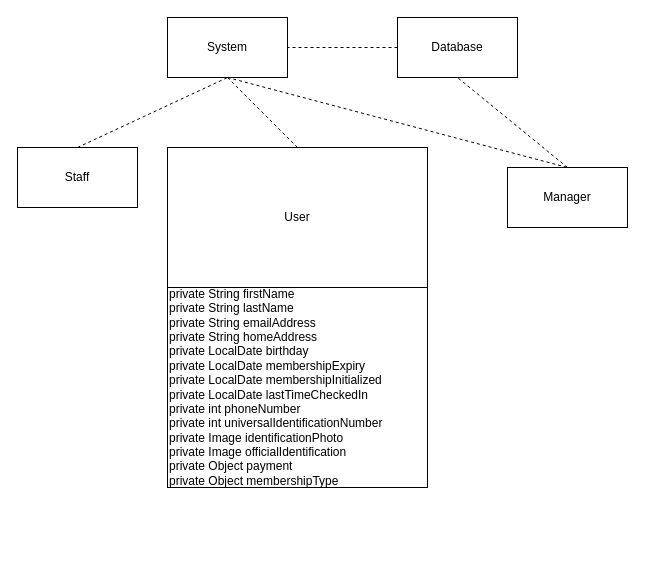
This is UMLDiagram.drawio from EricSpencer00/COMP330Group5, a draw.io file, before an edit. Source tidied: cells renumbered, new cells numbered last; positions are measured from the earlier drawing's top-left corner, leaving out a move shared by most shapes. Both pictures are drawn from the tidied source at 100%, with x=0, y=0 at pixel (17, 17).
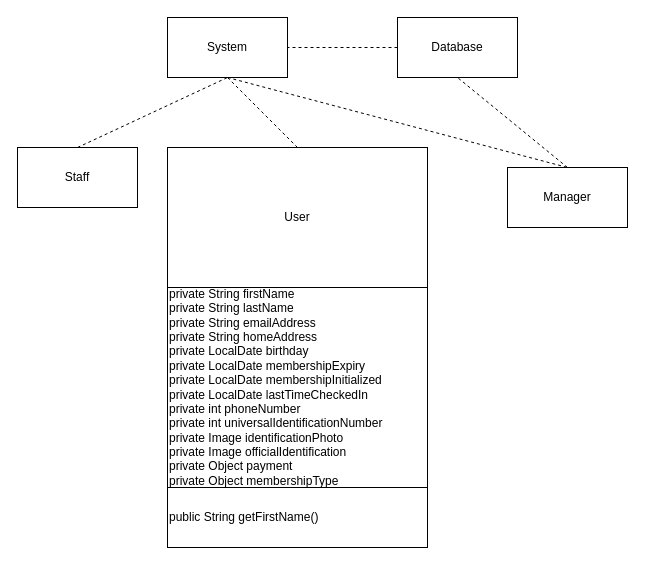
The same page after the edit.

Commit message:
start getters and setters

The edit, as a diff of the source:
```diff
@@
 <mxGraphModel>
   <root>
     <mxCell id="0" />
     <mxCell id="1" parent="0" />
     <mxCell id="2" value="System" style="rounded=0;whiteSpace=wrap;html=1;" parent="1" vertex="1">
       <mxGeometry x="150" width="120" height="60" as="geometry" />
     </mxCell>
     <mxCell id="3" value="Database" style="rounded=0;whiteSpace=wrap;html=1;" parent="1" vertex="1">
       <mxGeometry x="380" width="120" height="60" as="geometry" />
     </mxCell>
     <mxCell id="4" value="User" style="rounded=0;whiteSpace=wrap;html=1;" parent="1" vertex="1">
       <mxGeometry x="150" y="130" width="260" height="140" as="geometry" />
     </mxCell>
     <mxCell id="5" style="endArrow=none;dashed=1;html=1;rounded=0;entryX=0.5;entryY=1;entryDx=0;entryDy=0;exitX=0.5;exitY=0;exitDx=0;exitDy=0;" parent="1" edge="1" source="4" target="2">
       <mxGeometry relative="1" as="geometry" />
     </mxCell>
     <mxCell id="6" value="Manager" style="rounded=0;whiteSpace=wrap;html=1;" parent="1" vertex="1">
       <mxGeometry x="490" y="150" width="120" height="60" as="geometry" />
     </mxCell>
     <mxCell id="7" value="Staff" style="rounded=0;whiteSpace=wrap;html=1;" parent="1" vertex="1">
       <mxGeometry y="130" width="120" height="60" as="geometry" />
     </mxCell>
     <mxCell id="8" style="endArrow=none;dashed=1;html=1;rounded=0;exitX=0.5;exitY=0;exitDx=0;exitDy=0;entryX=0.5;entryY=1;entryDx=0;entryDy=0;" parent="1" edge="1" source="7" target="2">
       <mxGeometry relative="1" as="geometry" />
     </mxCell>
     <mxCell id="9" style="endArrow=none;dashed=1;html=1;rounded=0;entryX=0.5;entryY=0;entryDx=0;entryDy=0;exitX=0.5;exitY=1;exitDx=0;exitDy=0;" parent="1" edge="1" source="2" target="6">
       <mxGeometry relative="1" as="geometry" />
     </mxCell>
     <mxCell id="10" style="endArrow=none;dashed=1;html=1;rounded=0;entryX=1;entryY=0.5;entryDx=0;entryDy=0;exitX=0;exitY=0.5;exitDx=0;exitDy=0;" parent="1" edge="1" source="3" target="2">
       <mxGeometry relative="1" as="geometry" />
     </mxCell>
     <mxCell id="11" style="endArrow=none;dashed=1;html=1;rounded=0;exitX=0.5;exitY=0;exitDx=0;exitDy=0;entryX=0.5;entryY=1;entryDx=0;entryDy=0;" parent="1" edge="1" source="6" target="3">
       <mxGeometry relative="1" as="geometry" />
     </mxCell>
     <mxCell id="12" value="private String firstName&lt;div&gt;private String lastName&lt;/div&gt;&lt;div&gt;private String emailAddress&lt;/div&gt;&lt;div&gt;private String homeAddress&lt;/div&gt;&lt;div&gt;private LocalDate birthday&lt;/div&gt;&lt;div&gt;private LocalDate membershipExpiry&lt;/div&gt;&lt;div&gt;private LocalDate membershipInitialized&lt;/div&gt;&lt;div&gt;private LocalDate lastTimeCheckedIn&lt;/div&gt;&lt;div&gt;private int phoneNumber&lt;/div&gt;&lt;div&gt;private int universalIdentificationNumber&lt;/div&gt;&lt;div&gt;private Image identificationPhoto&lt;/div&gt;&lt;div&gt;private Image officialIdentification&lt;/div&gt;&lt;div&gt;private Object payment&lt;/div&gt;&lt;div&gt;private Object membershipType&amp;nbsp;&lt;/div&gt;" style="rounded=0;whiteSpace=wrap;html=1;align=left;" parent="1" vertex="1">
       <mxGeometry x="150" y="270" width="260" height="200" as="geometry" />
     </mxCell>
+    <mxCell id="13" value="public String getFirstName()" style="rounded=0;whiteSpace=wrap;html=1;align=left;" parent="1" vertex="1">
+      <mxGeometry x="150" y="470" width="260" height="60" as="geometry" />
+    </mxCell>
   </root>
 </mxGraphModel>
```
